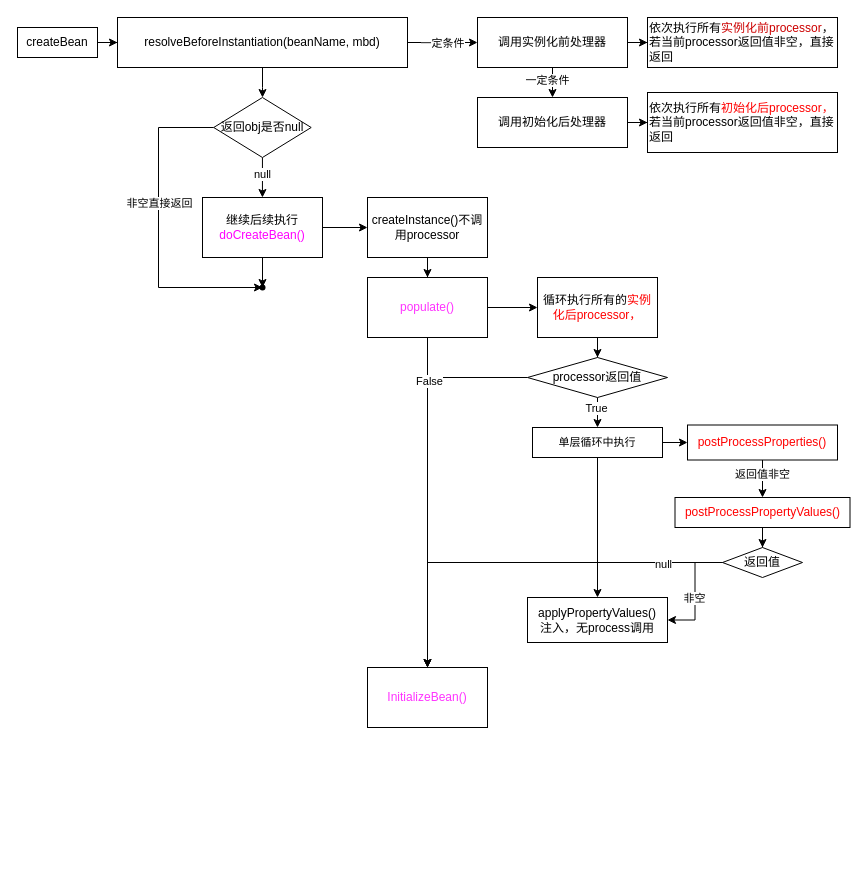
This is Bean生命周期.drawio from nullptr0xf/drawio, a draw.io file, before an edit. Source tidied: cells renumbered, new cells numbered last; positions are measured from the earlier drawing's top-left corner, leaving out a move shared by most shapes. Both pictures are drawn from the tidied source at 100%, with x=0, y=0 at pixel (17, 17).
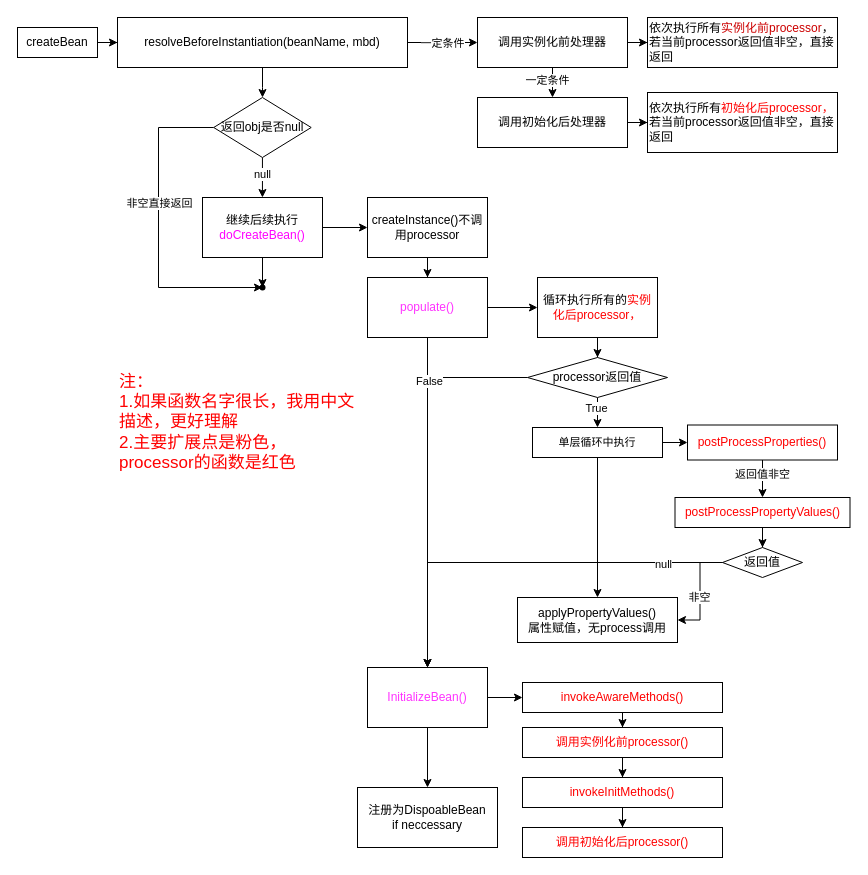
The same diagram, later.

Unchanged cells that the change refers to:
```xml
<mxCell id="37" value="&lt;font color=&quot;#ff33ff&quot;&gt;InitializeBean()&lt;/font&gt;" style="whiteSpace=wrap;html=1;rounded=0;" parent="1" vertex="1">
  <mxGeometry x="350" y="650" width="120" height="60" as="geometry" />
</mxCell>
```

Change to the diagram source:
```diff
@@
+    <mxCell id="52" style="edgeStyle=orthogonalEdgeStyle;rounded=0;jettySize=auto;html=1;" parent="1" edge="1" source="37" target="55">
+      <mxGeometry relative="1" as="geometry" />
+    </mxCell>
+    <mxCell id="53" style="edgeStyle=orthogonalEdgeStyle;rounded=0;jettySize=auto;html=1;" parent="1" edge="1" source="37" target="62">
+      <mxGeometry relative="1" as="geometry" />
+    </mxCell>
@@
-    <mxCell id="46" value="applyPropertyValues()&lt;br&gt;注入，无process调用" style="whiteSpace=wrap;html=1;rounded=0;" parent="1" vertex="1">
-      <mxGeometry x="510" y="580" width="140" height="45" as="geometry" />
+    <mxCell id="46" value="applyPropertyValues()&lt;br&gt;属性赋值，无process调用" style="whiteSpace=wrap;html=1;rounded=0;" parent="1" vertex="1">
+      <mxGeometry x="500" y="580" width="160" height="45" as="geometry" />
     </mxCell>
@@
+    <mxCell id="54" style="edgeStyle=orthogonalEdgeStyle;rounded=0;jettySize=auto;html=1;fontColor=#FF0000;" parent="1" edge="1" source="55" target="57">
+      <mxGeometry relative="1" as="geometry" />
+    </mxCell>
+    <mxCell id="55" value="invokeAwareMethods()" style="whiteSpace=wrap;html=1;rounded=0;fontColor=#FF0000;" parent="1" vertex="1">
+      <mxGeometry x="505" y="665" width="200" height="30" as="geometry" />
+    </mxCell>
+    <mxCell id="56" style="edgeStyle=orthogonalEdgeStyle;rounded=0;jettySize=auto;html=1;fontColor=#FF0000;" parent="1" edge="1" source="57" target="60">
+      <mxGeometry relative="1" as="geometry" />
+    </mxCell>
+    <mxCell id="57" value="调用实例化前processor()" style="whiteSpace=wrap;html=1;rounded=0;fontColor=#FF0000;" parent="1" vertex="1">
+      <mxGeometry x="505" y="710" width="200" height="30" as="geometry" />
+    </mxCell>
+    <mxCell id="58" value="&lt;font style=&quot;font-size: 17px;&quot; color=&quot;#ff0000&quot;&gt;注：&lt;br&gt;1.如果函数名字很长，我用中文描述，更好理解&lt;br&gt;2.主要扩展点是粉色，processor的函数是红色&lt;br&gt;&lt;/font&gt;" style="text;html=1;strokeColor=none;fillColor=none;align=left;verticalAlign=middle;whiteSpace=wrap;rounded=0;" parent="1" vertex="1">
+      <mxGeometry x="100" y="340" width="240" height="130" as="geometry" />
+    </mxCell>
+    <mxCell id="59" style="edgeStyle=orthogonalEdgeStyle;rounded=0;jettySize=auto;html=1;fontColor=#FF0000;" parent="1" edge="1" source="60" target="61">
+      <mxGeometry relative="1" as="geometry" />
+    </mxCell>
+    <mxCell id="60" value="invokeInitMethods()" style="whiteSpace=wrap;html=1;rounded=0;fontColor=#FF0000;" parent="1" vertex="1">
+      <mxGeometry x="505" y="760" width="200" height="30" as="geometry" />
+    </mxCell>
+    <mxCell id="61" value="调用初始化后processor()" style="whiteSpace=wrap;html=1;rounded=0;fontColor=#FF0000;" parent="1" vertex="1">
+      <mxGeometry x="505" y="810" width="200" height="30" as="geometry" />
+    </mxCell>
+    <mxCell id="62" value="注册为DispoableBean&lt;br&gt;if neccessary" style="whiteSpace=wrap;html=1;rounded=0;" parent="1" vertex="1">
+      <mxGeometry x="340" y="770" width="140" height="60" as="geometry" />
+    </mxCell>
```
